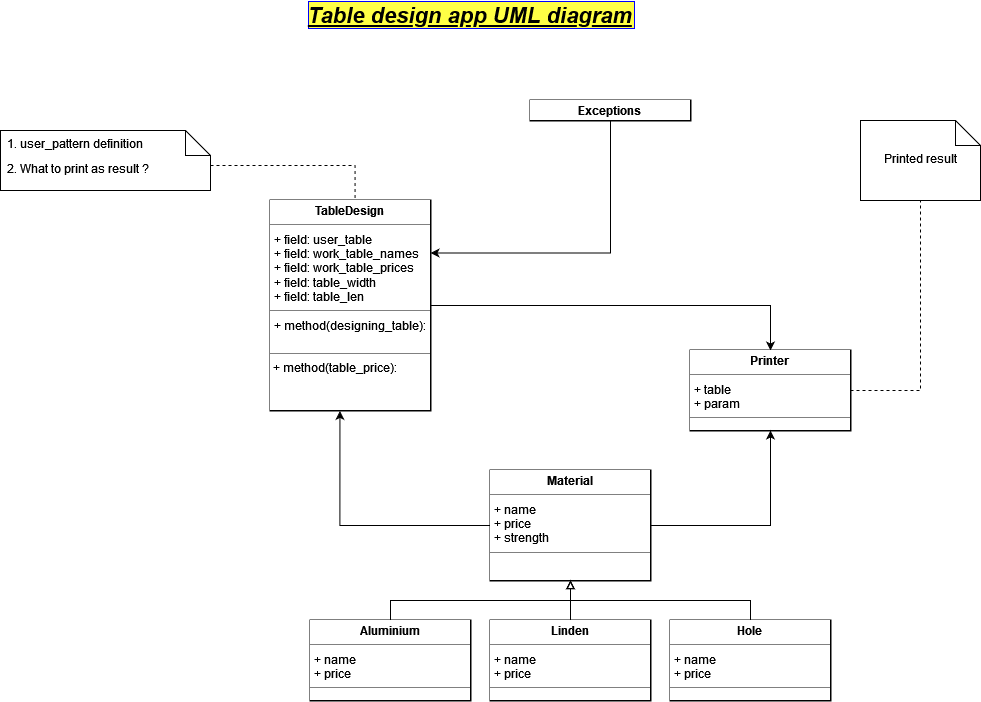
jordrag/Exercises keeps this draw.io diagram as Table/images/Table_design_UML.drawio.png. Above is the earlier version. Source tidied: cells renumbered, new cells last; positions are measured from the earlier drawing's top-left corner, leaving out a move shared by most shapes.
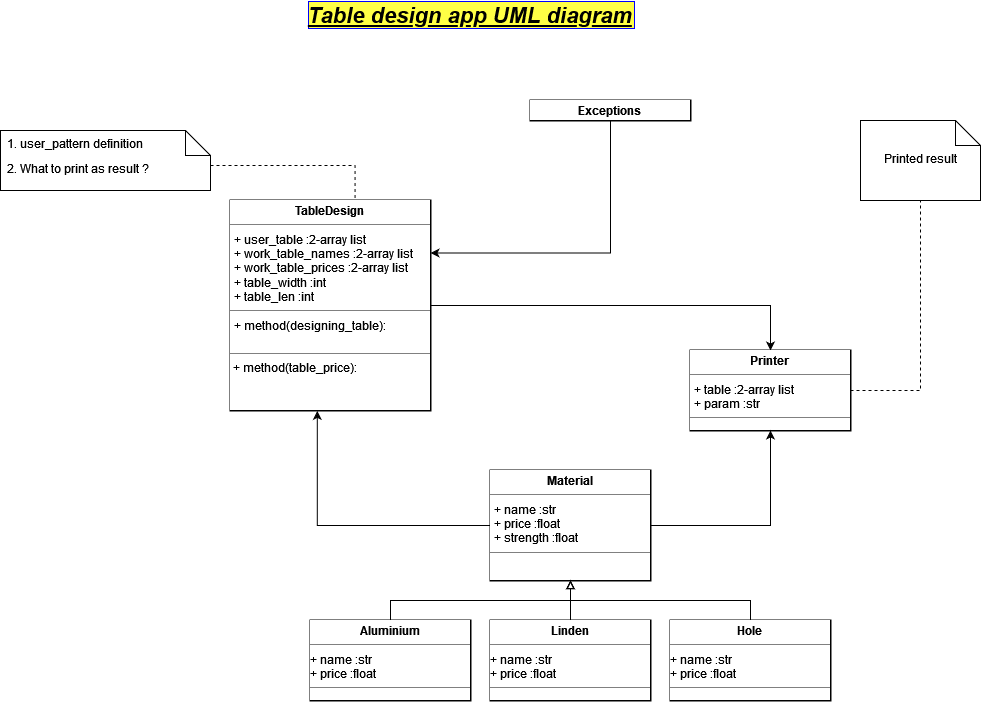
The same diagram one commit later.

Commit message:
with UML diagram

Diff of the diagram source:
```diff
@@ -11,19 +11,19 @@
         <mxPoint x="354.5" y="197.8" as="targetPoint" />
       </mxGeometry>
     </mxCell>
-    <mxCell id="4" value="&lt;p style=&quot;margin:0px;margin-top:4px;text-align:center;&quot;&gt;&lt;b&gt;TableDesign&lt;/b&gt;&lt;br&gt;&lt;/p&gt;&lt;hr size=&quot;1&quot;&gt;&lt;p style=&quot;margin:0px;margin-left:4px;&quot;&gt;+ field: user_table&lt;/p&gt;&lt;p style=&quot;margin:0px;margin-left:4px;&quot;&gt;+ field: work_table_names&lt;br&gt;&lt;/p&gt;&lt;p style=&quot;margin:0px;margin-left:4px;&quot;&gt;+ field: work_table_prices&lt;br&gt;&lt;/p&gt;&lt;p style=&quot;margin:0px;margin-left:4px;&quot;&gt;+ field: table_width&lt;br&gt;&lt;/p&gt;&lt;p style=&quot;margin:0px;margin-left:4px;&quot;&gt;+ field: table_len&lt;br&gt;&lt;/p&gt;&lt;hr size=&quot;1&quot;&gt;&lt;p style=&quot;margin:0px;margin-left:4px;&quot;&gt;+ method(designing_table):&lt;/p&gt;&lt;p style=&quot;margin:0px;margin-left:4px;&quot;&gt;&lt;br&gt;&lt;/p&gt;&lt;hr size=&quot;1&quot;&gt;&amp;nbsp;+ method(table_price):&lt;p style=&quot;margin:0px;margin-left:4px;&quot;&gt;&amp;nbsp;&lt;/p&gt;" style="verticalAlign=top;align=left;overflow=fill;fontSize=12;fontFamily=Helvetica;html=1;rounded=0;glass=0;labelBackgroundColor=#FFFFFF;labelBorderColor=none;fillColor=none;perimeterSpacing=0;strokeColor=default;strokeWidth=2;fillStyle=solid;gradientColor=default;" parent="1" vertex="1">
-      <mxGeometry x="270" y="200" width="160" height="210" as="geometry" />
+    <mxCell id="4" value="&lt;p style=&quot;margin:0px;margin-top:4px;text-align:center;&quot;&gt;&lt;b&gt;TableDesign&lt;/b&gt;&lt;br&gt;&lt;/p&gt;&lt;hr size=&quot;1&quot;&gt;&lt;p style=&quot;margin:0px;margin-left:4px;&quot;&gt;+ user_table :2-array list&lt;br&gt;&lt;/p&gt;&lt;p style=&quot;margin:0px;margin-left:4px;&quot;&gt;+ work_table_names :2-array list&lt;/p&gt;&lt;p style=&quot;margin:0px;margin-left:4px;&quot;&gt;+ work_table_prices :2-array list&lt;/p&gt;&lt;p style=&quot;margin:0px;margin-left:4px;&quot;&gt;+ table_width :int&lt;br&gt;&lt;/p&gt;&lt;p style=&quot;margin:0px;margin-left:4px;&quot;&gt;+ table_len :int&lt;br&gt;&lt;/p&gt;&lt;hr size=&quot;1&quot;&gt;&lt;p style=&quot;margin:0px;margin-left:4px;&quot;&gt;+ method(designing_table):&lt;/p&gt;&lt;p style=&quot;margin:0px;margin-left:4px;&quot;&gt;&lt;br&gt;&lt;/p&gt;&lt;hr size=&quot;1&quot;&gt;&amp;nbsp;+ method(table_price):&lt;p style=&quot;margin:0px;margin-left:4px;&quot;&gt;&amp;nbsp;&lt;/p&gt;" style="verticalAlign=top;align=left;overflow=fill;fontSize=12;fontFamily=Helvetica;html=1;rounded=0;glass=0;labelBackgroundColor=#FFFFFF;labelBorderColor=none;fillColor=none;perimeterSpacing=0;strokeColor=default;strokeWidth=2;fillStyle=solid;gradientColor=default;" parent="1" vertex="1">
+      <mxGeometry x="230" y="200" width="200" height="210" as="geometry" />
     </mxCell>
     <mxCell id="5" style="edgeStyle=orthogonalEdgeStyle;rounded=0;jettySize=auto;html=1;exitX=0;exitY=0.5;exitDx=0;exitDy=0;entryX=0.434;entryY=1.002;entryDx=0;entryDy=0;entryPerimeter=0;startArrow=none;startFill=0;endArrow=classic;endFill=1;" parent="1" edge="1" source="6" target="4">
       <mxGeometry relative="1" as="geometry" />
     </mxCell>
-    <mxCell id="6" value="&lt;p style=&quot;margin:0px;margin-top:4px;text-align:center;&quot;&gt;&lt;b&gt;Material&lt;/b&gt;&lt;br&gt;&lt;/p&gt;&lt;hr size=&quot;1&quot;&gt;&lt;p style=&quot;margin:0px;margin-left:4px;&quot;&gt;+ name&lt;br&gt;&lt;/p&gt;&lt;p style=&quot;margin:0px;margin-left:4px;&quot;&gt;+ price&lt;br&gt;&lt;/p&gt;&lt;p style=&quot;margin:0px;margin-left:4px;&quot;&gt;+ strength&lt;br&gt;&lt;/p&gt;&lt;hr size=&quot;1&quot;&gt;" style="verticalAlign=top;align=left;overflow=fill;fontSize=12;fontFamily=Helvetica;html=1;rounded=0;glass=0;labelBackgroundColor=#FFFFFF;labelBorderColor=none;fillColor=none;perimeterSpacing=0;strokeColor=default;strokeWidth=2;fillStyle=solid;gradientColor=default;" parent="1" vertex="1">
+    <mxCell id="6" value="&lt;p style=&quot;margin:0px;margin-top:4px;text-align:center;&quot;&gt;&lt;b&gt;Material&lt;/b&gt;&lt;br&gt;&lt;/p&gt;&lt;hr size=&quot;1&quot;&gt;&lt;p style=&quot;margin:0px;margin-left:4px;&quot;&gt;+ name :str&lt;br&gt;&lt;/p&gt;&lt;p style=&quot;margin:0px;margin-left:4px;&quot;&gt;+ price :float&lt;br&gt;&lt;/p&gt;&lt;p style=&quot;margin:0px;margin-left:4px;&quot;&gt;+ strength :float&lt;br&gt;&lt;/p&gt;&lt;hr size=&quot;1&quot;&gt;" style="verticalAlign=top;align=left;overflow=fill;fontSize=12;fontFamily=Helvetica;html=1;rounded=0;glass=0;labelBackgroundColor=#FFFFFF;labelBorderColor=none;fillColor=none;perimeterSpacing=0;strokeColor=default;strokeWidth=2;fillStyle=solid;gradientColor=default;" parent="1" vertex="1">
       <mxGeometry x="490" y="470" width="160" height="110" as="geometry" />
     </mxCell>
     <mxCell id="7" style="edgeStyle=orthogonalEdgeStyle;rounded=0;jettySize=auto;html=1;exitX=0.5;exitY=0;exitDx=0;exitDy=0;entryX=0.5;entryY=1;entryDx=0;entryDy=0;fontSize=16;endArrow=block;endFill=0;" parent="1" edge="1" source="8" target="6">
       <mxGeometry relative="1" as="geometry" />
     </mxCell>
-    <mxCell id="8" value="&lt;p style=&quot;margin:0px;margin-top:4px;text-align:center;&quot;&gt;&lt;b&gt;Aluminium&lt;/b&gt;&lt;br&gt;&lt;/p&gt;&lt;hr size=&quot;1&quot;&gt;&lt;p style=&quot;margin:0px;margin-left:4px;&quot;&gt;+ name&lt;br&gt;&lt;/p&gt;&lt;p style=&quot;margin:0px;margin-left:4px;&quot;&gt;+ price&lt;br&gt;&lt;/p&gt;&lt;hr size=&quot;1&quot;&gt;" style="verticalAlign=top;align=left;overflow=fill;fontSize=12;fontFamily=Helvetica;html=1;rounded=0;glass=0;labelBackgroundColor=#FFFFFF;labelBorderColor=none;fillColor=none;perimeterSpacing=0;strokeColor=default;strokeWidth=2;fillStyle=solid;gradientColor=default;" parent="1" vertex="1">
+    <mxCell id="8" value="&lt;p style=&quot;margin:0px;margin-top:4px;text-align:center;&quot;&gt;&lt;b&gt;Aluminium&lt;/b&gt;&lt;br&gt;&lt;/p&gt;&lt;hr size=&quot;1&quot;&gt;+ name :str&lt;br&gt;+ price :float&lt;hr size=&quot;1&quot;&gt;" style="verticalAlign=top;align=left;overflow=fill;fontSize=12;fontFamily=Helvetica;html=1;rounded=0;glass=0;labelBackgroundColor=#FFFFFF;labelBorderColor=none;fillColor=none;perimeterSpacing=0;strokeColor=default;strokeWidth=2;fillStyle=solid;gradientColor=default;" parent="1" vertex="1">
       <mxGeometry x="310" y="620" width="160" height="80" as="geometry" />
     </mxCell>
     <mxCell id="9" style="edgeStyle=orthogonalEdgeStyle;rounded=0;jettySize=auto;html=1;exitX=0.5;exitY=0;exitDx=0;exitDy=0;fontSize=16;" parent="1" edge="1" source="11">
@@ -34,13 +34,13 @@
     <mxCell id="10" style="edgeStyle=orthogonalEdgeStyle;rounded=0;jettySize=auto;html=1;exitX=0.5;exitY=0;exitDx=0;exitDy=0;entryX=0.5;entryY=1;entryDx=0;entryDy=0;fontSize=16;endArrow=block;endFill=0;" parent="1" edge="1" source="11" target="6">
       <mxGeometry relative="1" as="geometry" />
     </mxCell>
-    <mxCell id="11" value="&lt;p style=&quot;margin:0px;margin-top:4px;text-align:center;&quot;&gt;&lt;b&gt;Linden&lt;/b&gt;&lt;br&gt;&lt;/p&gt;&lt;hr size=&quot;1&quot;&gt;&lt;p style=&quot;margin:0px;margin-left:4px;&quot;&gt;+ name&lt;br&gt;&lt;/p&gt;&lt;p style=&quot;margin:0px;margin-left:4px;&quot;&gt;+ price&lt;br&gt;&lt;/p&gt;&lt;hr size=&quot;1&quot;&gt;" style="verticalAlign=top;align=left;overflow=fill;fontSize=12;fontFamily=Helvetica;html=1;rounded=0;glass=0;labelBackgroundColor=#FFFFFF;labelBorderColor=none;fillColor=none;perimeterSpacing=0;strokeColor=default;strokeWidth=2;fillStyle=solid;gradientColor=default;" parent="1" vertex="1">
+    <mxCell id="11" value="&lt;p style=&quot;margin:0px;margin-top:4px;text-align:center;&quot;&gt;&lt;b&gt;Linden&lt;/b&gt;&lt;br&gt;&lt;/p&gt;&lt;hr size=&quot;1&quot;&gt;+ name :str&lt;br&gt;+ price :float&lt;hr size=&quot;1&quot;&gt;" style="verticalAlign=top;align=left;overflow=fill;fontSize=12;fontFamily=Helvetica;html=1;rounded=0;glass=0;labelBackgroundColor=#FFFFFF;labelBorderColor=none;fillColor=none;perimeterSpacing=0;strokeColor=default;strokeWidth=2;fillStyle=solid;gradientColor=default;" parent="1" vertex="1">
       <mxGeometry x="490" y="620" width="160" height="80" as="geometry" />
     </mxCell>
     <mxCell id="12" style="edgeStyle=orthogonalEdgeStyle;jettySize=auto;html=1;exitX=0.5;exitY=0;exitDx=0;exitDy=0;entryX=0.5;entryY=1;entryDx=0;entryDy=0;fontSize=16;endArrow=block;endFill=0;rounded=0;startArrow=none;startFill=0;" parent="1" edge="1" source="13" target="6">
       <mxGeometry relative="1" as="geometry" />
     </mxCell>
-    <mxCell id="13" value="&lt;p style=&quot;margin:0px;margin-top:4px;text-align:center;&quot;&gt;&lt;b&gt;Hole&lt;/b&gt;&lt;br&gt;&lt;/p&gt;&lt;hr size=&quot;1&quot;&gt;&lt;p style=&quot;margin:0px;margin-left:4px;&quot;&gt;+ name&lt;br&gt;&lt;/p&gt;&lt;p style=&quot;margin:0px;margin-left:4px;&quot;&gt;+ price&lt;br&gt;&lt;/p&gt;&lt;hr size=&quot;1&quot;&gt;" style="verticalAlign=top;align=left;overflow=fill;fontSize=12;fontFamily=Helvetica;html=1;rounded=0;glass=0;labelBackgroundColor=#FFFFFF;labelBorderColor=none;fillColor=none;perimeterSpacing=0;strokeColor=default;strokeWidth=2;fillStyle=solid;gradientColor=default;" parent="1" vertex="1">
+    <mxCell id="13" value="&lt;p style=&quot;margin:0px;margin-top:4px;text-align:center;&quot;&gt;&lt;b&gt;Hole&lt;/b&gt;&lt;br&gt;&lt;/p&gt;&lt;hr size=&quot;1&quot;&gt;+ name :str&lt;br&gt;+ price :float&lt;hr size=&quot;1&quot;&gt;" style="verticalAlign=top;align=left;overflow=fill;fontSize=12;fontFamily=Helvetica;html=1;rounded=0;glass=0;labelBackgroundColor=#FFFFFF;labelBorderColor=none;fillColor=none;perimeterSpacing=0;strokeColor=default;strokeWidth=2;fillStyle=solid;gradientColor=default;" parent="1" vertex="1">
       <mxGeometry x="670" y="620" width="160" height="80" as="geometry" />
     </mxCell>
     <mxCell id="14" style="edgeStyle=orthogonalEdgeStyle;rounded=0;jettySize=auto;html=1;exitX=0.5;exitY=0;exitDx=0;exitDy=0;startArrow=classic;startFill=1;endArrow=none;endFill=0;" parent="1" edge="1" source="16" target="4">
@@ -49,7 +49,7 @@
     <mxCell id="15" style="edgeStyle=orthogonalEdgeStyle;rounded=0;jettySize=auto;html=1;exitX=1;exitY=0.5;exitDx=0;exitDy=0;entryX=0.5;entryY=1;entryDx=0;entryDy=0;entryPerimeter=0;startArrow=none;startFill=0;endArrow=none;endFill=0;dashed=1;" parent="1" edge="1" source="16" target="22">
       <mxGeometry relative="1" as="geometry" />
     </mxCell>
-    <mxCell id="16" value="&lt;p style=&quot;margin:0px;margin-top:4px;text-align:center;&quot;&gt;&lt;b&gt;Printer&lt;/b&gt;&lt;br&gt;&lt;/p&gt;&lt;hr size=&quot;1&quot;&gt;&lt;p style=&quot;margin:0px;margin-left:4px;&quot;&gt;+ table&lt;br&gt;&lt;/p&gt;&lt;p style=&quot;margin:0px;margin-left:4px;&quot;&gt;+ param&lt;br&gt;&lt;/p&gt;&lt;hr size=&quot;1&quot;&gt;" style="verticalAlign=top;align=left;overflow=fill;fontSize=12;fontFamily=Helvetica;html=1;rounded=0;glass=0;labelBackgroundColor=#FFFFFF;labelBorderColor=none;fillColor=none;perimeterSpacing=0;strokeColor=default;strokeWidth=2;fillStyle=solid;gradientColor=default;" parent="1" vertex="1">
+    <mxCell id="16" value="&lt;p style=&quot;margin:0px;margin-top:4px;text-align:center;&quot;&gt;&lt;b&gt;Printer&lt;/b&gt;&lt;br&gt;&lt;/p&gt;&lt;hr size=&quot;1&quot;&gt;&lt;p style=&quot;margin:0px;margin-left:4px;&quot;&gt;+ table :2-array list&lt;/p&gt;&lt;p style=&quot;margin:0px;margin-left:4px;&quot;&gt;+ param :str&lt;br&gt;&lt;/p&gt;&lt;hr size=&quot;1&quot;&gt;" style="verticalAlign=top;align=left;overflow=fill;fontSize=12;fontFamily=Helvetica;html=1;rounded=0;glass=0;labelBackgroundColor=#FFFFFF;labelBorderColor=none;fillColor=none;perimeterSpacing=0;strokeColor=default;strokeWidth=2;fillStyle=solid;gradientColor=default;" parent="1" vertex="1">
       <mxGeometry x="690" y="350" width="160" height="80" as="geometry" />
     </mxCell>
     <mxCell id="17" style="edgeStyle=orthogonalEdgeStyle;rounded=0;jettySize=auto;html=1;fontSize=16;startArrow=none;startFill=0;endArrow=classic;endFill=1;" parent="1" edge="1" source="6" target="16">
```
